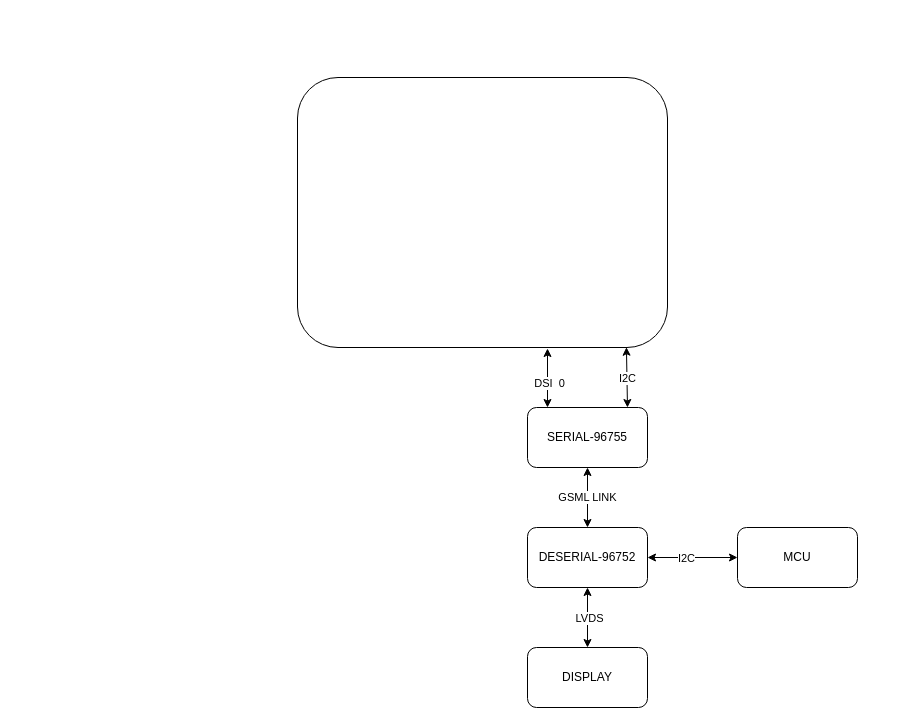
This is display-arch.drawio from singledo/drawio-repo, a draw.io file, before an edit. Source tidied: cells renumbered, new cells numbered last; positions are measured from the earlier drawing's top-left corner, leaving out a move shared by most shapes. Both pictures are drawn from the tidied source at 100%, with x=0, y=0 at pixel (297, 77).
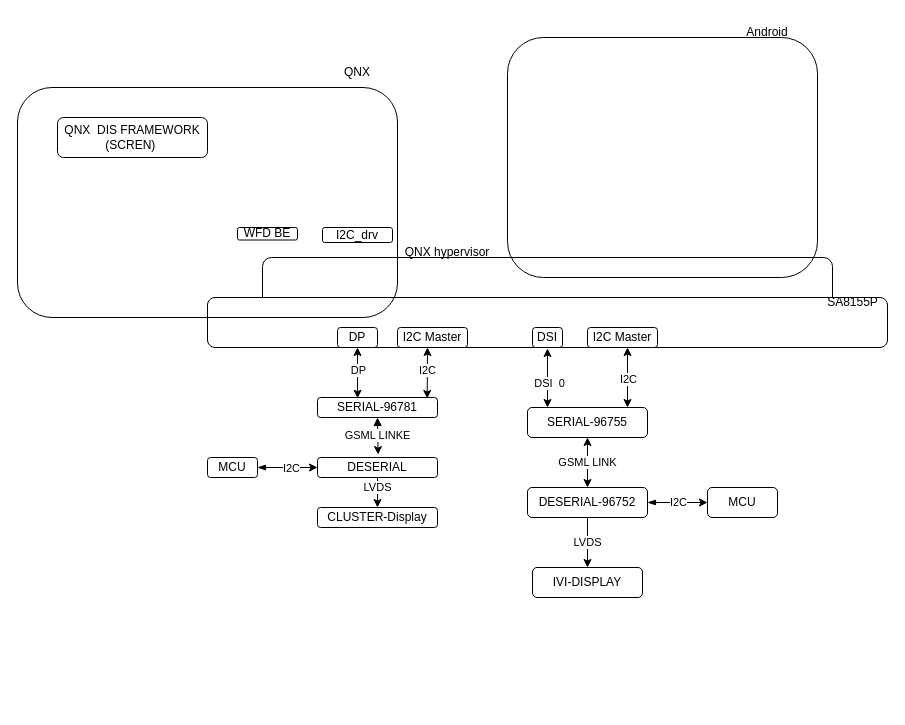
The same page after the edit.

Diff of the diagram source:
```diff
@@
+    <mxCell id="17" style="rounded=1;whiteSpace=wrap;html=1;" parent="1" vertex="1">
+      <mxGeometry x="-35" y="180" width="570" height="60" as="geometry" />
+    </mxCell>
     <mxCell id="2" style="rounded=1;whiteSpace=wrap;html=1;" parent="1" vertex="1">
-      <mxGeometry width="370" height="270" as="geometry" />
+      <mxGeometry x="-90" y="220" width="680" height="50" as="geometry" />
     </mxCell>
     <mxCell id="3" value="SERIAL-96755" style="rounded=1;whiteSpace=wrap;html=1;" parent="1" vertex="1">
-      <mxGeometry x="230" y="330" width="120" height="60" as="geometry" />
+      <mxGeometry x="230" y="330" width="120" height="30" as="geometry" />
     </mxCell>
+    <mxCell id="18" style="edgeStyle=orthogonalEdgeStyle;rounded=0;jettySize=auto;html=1;entryX=0;entryY=0.5;entryDx=0;entryDy=0;startArrow=blockThin;startFill=1;" parent="1" edge="1" source="4" target="5">
+      <mxGeometry relative="1" as="geometry" />
+    </mxCell>
+    <mxCell id="19" value="I2C" style="edgeLabel;html=1;align=center;verticalAlign=middle;" parent="18" vertex="1">
+      <mxGeometry x="-0.01" y="1" relative="1" as="geometry" />
+    </mxCell>
     <mxCell id="4" value="DESERIAL-96752" style="rounded=1;whiteSpace=wrap;html=1;" parent="1" vertex="1">
-      <mxGeometry x="230" y="450" width="120" height="60" as="geometry" />
+      <mxGeometry x="230" y="410" width="120" height="30" as="geometry" />
     </mxCell>
     <mxCell id="5" value="MCU" style="rounded=1;whiteSpace=wrap;html=1;" parent="1" vertex="1">
-      <mxGeometry x="440" y="450" width="120" height="60" as="geometry" />
+      <mxGeometry x="410" y="410" width="70" height="30" as="geometry" />
     </mxCell>
+    <mxCell id="20" style="edgeStyle=orthogonalEdgeStyle;rounded=0;jettySize=auto;html=1;entryX=0.5;entryY=1;entryDx=0;entryDy=0;startArrow=classic;startFill=1;endArrow=none;endFill=0;" parent="1" edge="1" source="6" target="4">
+      <mxGeometry relative="1" as="geometry" />
+    </mxCell>
+    <mxCell id="21" value="LVDS" style="edgeLabel;html=1;align=center;verticalAlign=middle;" parent="20" vertex="1">
+      <mxGeometry x="0.05" y="1" relative="1" as="geometry" />
+    </mxCell>
-    <mxCell id="6" value="DISPLAY" style="rounded=1;whiteSpace=wrap;html=1;" parent="1" vertex="1">
-      <mxGeometry x="230" y="570" width="120" height="60" as="geometry" />
+    <mxCell id="6" value="IVI-DISPLAY" style="rounded=1;whiteSpace=wrap;html=1;" parent="1" vertex="1">
+      <mxGeometry x="235" y="490" width="110" height="30" as="geometry" />
     </mxCell>
@@
-    <mxCell id="9" style="endArrow=classic;startArrow=classic;html=1;rounded=0;exitX=0.5;exitY=0;exitDx=0;exitDy=0;" parent="1" edge="1" source="6">
-      <mxGeometry relative="1" as="geometry">
-        <mxPoint x="290" y="510" as="targetPoint" />
-      </mxGeometry>
-    </mxCell>
-    <mxCell id="10" value="LVDS" style="edgeLabel;html=1;align=center;verticalAlign=middle;" parent="9" vertex="1">
-      <mxGeometry y="-1" relative="1" as="geometry" />
-    </mxCell>
-    <mxCell id="11" style="endArrow=classic;startArrow=classic;html=1;rounded=0;" parent="1" edge="1" source="4">
-      <mxGeometry relative="1" as="geometry">
-        <mxPoint x="440" y="480" as="targetPoint" />
-      </mxGeometry>
-    </mxCell>
-    <mxCell id="12" value="I2C" style="edgeLabel;html=1;align=center;verticalAlign=middle;" parent="11" vertex="1">
-      <mxGeometry x="-0.16" relative="1" as="geometry" />
-    </mxCell>
@@
-    <mxCell id="15" style="endArrow=classic;startArrow=classic;html=1;rounded=0;entryX=0.889;entryY=0.999;entryDx=0;entryDy=0;entryPerimeter=0;exitX=0.75;exitY=0;exitDx=0;exitDy=0;" parent="1" edge="1" target="2">
+    <mxCell id="15" style="endArrow=classic;startArrow=classic;html=1;rounded=0;exitX=0.75;exitY=0;exitDx=0;exitDy=0;" parent="1" edge="1">
       <mxGeometry relative="1" as="geometry">
         <mxPoint x="330" y="330" as="sourcePoint" />
+        <mxPoint x="330" y="270" as="targetPoint" />
       </mxGeometry>
     </mxCell>
@@
+    <mxCell id="22" value="SERIAL-96781" style="rounded=1;whiteSpace=wrap;html=1;" parent="1" vertex="1">
+      <mxGeometry x="20" y="320" width="120" height="20" as="geometry" />
+    </mxCell>
+    <mxCell id="23" style="edgeStyle=orthogonalEdgeStyle;rounded=0;jettySize=auto;html=1;exitX=0.5;exitY=1;exitDx=0;exitDy=0;entryX=0.5;entryY=0;entryDx=0;entryDy=0;" parent="1" edge="1" source="25" target="32">
+      <mxGeometry relative="1" as="geometry" />
+    </mxCell>
+    <mxCell id="24" value="LVDS" style="edgeLabel;html=1;align=center;verticalAlign=middle;" parent="23" vertex="1">
+      <mxGeometry x="-0.38" y="-1" relative="1" as="geometry" />
+    </mxCell>
+    <mxCell id="25" value="DESERIAL" style="rounded=1;whiteSpace=wrap;html=1;" parent="1" vertex="1">
+      <mxGeometry x="20" y="380" width="120" height="20" as="geometry" />
+    </mxCell>
+    <mxCell id="26" style="endArrow=classic;startArrow=classic;html=1;rounded=0;exitX=0.334;exitY=0.037;exitDx=0;exitDy=0;exitPerimeter=0;" parent="1" edge="1" source="22">
+      <mxGeometry relative="1" as="geometry">
+        <mxPoint x="60" y="270" as="targetPoint" />
+      </mxGeometry>
+    </mxCell>
+    <mxCell id="27" value="DP" style="edgeLabel;html=1;align=center;verticalAlign=middle;" parent="26" vertex="1">
+      <mxGeometry x="0.12" relative="1" as="geometry" />
+    </mxCell>
+    <mxCell id="28" style="endArrow=classic;startArrow=classic;html=1;rounded=0;exitX=0.914;exitY=0.048;exitDx=0;exitDy=0;exitPerimeter=0;" parent="1" edge="1" source="22">
+      <mxGeometry relative="1" as="geometry">
+        <mxPoint x="130" y="270" as="targetPoint" />
+      </mxGeometry>
+    </mxCell>
+    <mxCell id="29" value="I2C" style="edgeLabel;html=1;align=center;verticalAlign=middle;" parent="28" vertex="1">
+      <mxGeometry x="0.1" relative="1" as="geometry" />
+    </mxCell>
+    <mxCell id="30" style="edgeStyle=orthogonalEdgeStyle;rounded=0;jettySize=auto;html=1;exitX=0.5;exitY=1;exitDx=0;exitDy=0;entryX=0.505;entryY=-0.147;entryDx=0;entryDy=0;entryPerimeter=0;startArrow=block;startFill=1;" parent="1" edge="1" source="22" target="25">
+      <mxGeometry relative="1" as="geometry" />
+    </mxCell>
+    <mxCell id="31" value="GSML LINKE" style="edgeLabel;html=1;align=center;verticalAlign=middle;" parent="30" vertex="1">
+      <mxGeometry x="-0.05" relative="1" as="geometry">
+        <mxPoint x="-1" as="offset" />
+      </mxGeometry>
+    </mxCell>
+    <mxCell id="32" value="CLUSTER-Display" style="rounded=1;whiteSpace=wrap;html=1;" parent="1" vertex="1">
+      <mxGeometry x="20" y="430" width="120" height="20" as="geometry" />
+    </mxCell>
+    <mxCell id="33" style="edgeStyle=orthogonalEdgeStyle;rounded=0;jettySize=auto;html=1;entryX=0;entryY=0.5;entryDx=0;entryDy=0;startArrow=blockThin;startFill=1;" parent="1" edge="1" source="35" target="25">
+      <mxGeometry relative="1" as="geometry" />
+    </mxCell>
+    <mxCell id="34" value="I2C" style="edgeLabel;html=1;align=center;verticalAlign=middle;" parent="33" vertex="1">
+      <mxGeometry x="0.1" relative="1" as="geometry" />
+    </mxCell>
+    <mxCell id="35" value="&lt;div&gt;MCU&lt;/div&gt;" style="rounded=1;whiteSpace=wrap;html=1;" parent="1" vertex="1">
+      <mxGeometry x="-90" y="380" width="50" height="20" as="geometry" />
+    </mxCell>
+    <mxCell id="36" value="SA8155P" style="text;html=1;align=center;verticalAlign=middle;strokeColor=none;fillColor=none;" parent="1" vertex="1">
+      <mxGeometry x="520" y="210" width="70" height="30" as="geometry" />
+    </mxCell>
+    <mxCell id="37" value="DP" style="rounded=1;whiteSpace=wrap;html=1;" parent="1" vertex="1">
+      <mxGeometry x="40" y="250" width="40" height="20" as="geometry" />
+    </mxCell>
+    <mxCell id="38" value="DSI" style="rounded=1;whiteSpace=wrap;html=1;" parent="1" vertex="1">
+      <mxGeometry x="235" y="250" width="30" height="20" as="geometry" />
+    </mxCell>
+    <mxCell id="39" value="I2C Master" style="rounded=1;whiteSpace=wrap;html=1;" parent="1" vertex="1">
+      <mxGeometry x="100" y="250" width="70" height="20" as="geometry" />
+    </mxCell>
+    <mxCell id="40" value="I2C Master" style="rounded=1;whiteSpace=wrap;html=1;" parent="1" vertex="1">
+      <mxGeometry x="290" y="250" width="70" height="20" as="geometry" />
+    </mxCell>
+    <mxCell id="41" style="rounded=1;whiteSpace=wrap;html=1;fillColor=none;" parent="1" vertex="1">
+      <mxGeometry x="-280" y="10" width="380" height="230" as="geometry" />
+    </mxCell>
+    <mxCell id="42" value="QNX" style="text;html=1;align=center;verticalAlign=middle;whiteSpace=wrap;rounded=0;" parent="1" vertex="1">
+      <mxGeometry x="30" y="-20" width="60" height="30" as="geometry" />
+    </mxCell>
+    <mxCell id="43" style="rounded=1;whiteSpace=wrap;html=1;fillColor=none;" parent="1" vertex="1">
+      <mxGeometry x="210" y="-40" width="310" height="240" as="geometry" />
+    </mxCell>
+    <mxCell id="44" value="Android" style="text;html=1;align=center;verticalAlign=middle;whiteSpace=wrap;rounded=0;" parent="1" vertex="1">
+      <mxGeometry x="440" y="-60" width="60" height="30" as="geometry" />
+    </mxCell>
+    <mxCell id="45" value="QNX hypervisor" style="text;html=1;align=center;verticalAlign=middle;whiteSpace=wrap;rounded=0;" parent="1" vertex="1">
+      <mxGeometry x="100" y="160" width="100" height="30" as="geometry" />
+    </mxCell>
+    <mxCell id="46" value="I2C_drv" style="rounded=1;whiteSpace=wrap;html=1;" parent="1" vertex="1">
+      <mxGeometry x="25" y="150" width="70" height="15" as="geometry" />
+    </mxCell>
+    <mxCell id="47" value="WFD BE" style="rounded=1;whiteSpace=wrap;html=1;" parent="1" vertex="1">
+      <mxGeometry x="-60" y="150" width="60" height="12.5" as="geometry" />
+    </mxCell>
+    <mxCell id="48" value="QNX&amp;nbsp; DIS FRAMEWORK&lt;div&gt;&lt;span style=&quot;background-color: initial;&quot;&gt;(&lt;/span&gt;&lt;span style=&quot;background-color: initial;&quot;&gt;SCREN&lt;/span&gt;&lt;span style=&quot;background-color: initial;&quot;&gt;)&amp;nbsp;&lt;/span&gt;&lt;/div&gt;" style="rounded=1;whiteSpace=wrap;html=1;" parent="1" vertex="1">
+      <mxGeometry x="-240" y="40" width="150" height="40" as="geometry" />
+    </mxCell>
```
